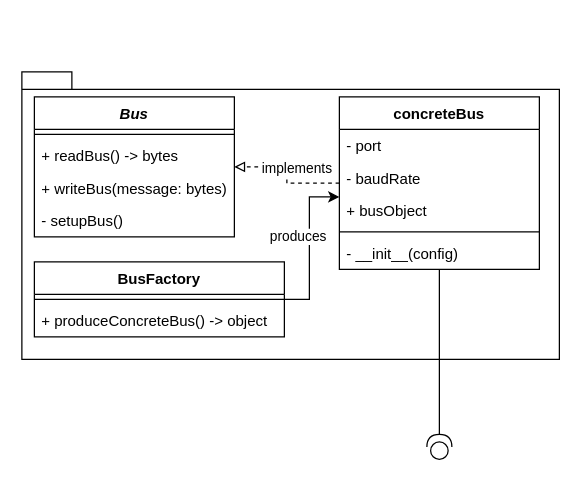
Earlier version of the draw.io diagram BusTransactions/Buses/Architecture/Buses.drawio (Uhgtred/Car_Infotainment_System). Source tidied: cells renumbered, new cells numbered last; positions are measured from the earlier drawing's top-left corner, leaving out a move shared by most shapes. Both pictures are drawn from the tidied source at 125%, with x=0, y=0 at pixel (21, 71).
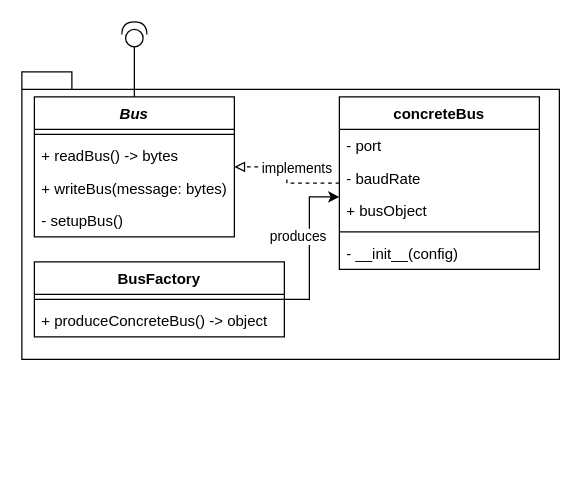
Above is the later version.

Unchanged cells that the change refers to:
```xml
<mxCell id="3" value="Bus" style="swimlane;fontStyle=3;align=center;verticalAlign=top;horizontal=1;startSize=26;" parent="1" vertex="1">
  <mxGeometry x="10" y="20" width="160" height="112" as="geometry" />
</mxCell>
<mxCell id="10" value="concreteBus" style="swimlane;fontStyle=1;align=center;verticalAlign=top;horizontal=1;startSize=26;" parent="1" vertex="1">
  <mxGeometry x="254" y="20" width="160" height="138" as="geometry" />
</mxCell>
```

Diff of the diagram source:
```diff
@@
+    <mxCell id="23" style="edgeStyle=orthogonalEdgeStyle;rounded=0;jettySize=auto;html=1;entryX=0;entryY=0.5;entryDx=0;entryDy=0;entryPerimeter=0;endArrow=none;endFill=0;" parent="1" edge="1" source="3" target="17">
+      <mxGeometry relative="1" as="geometry" />
+    </mxCell>
@@
-    <mxCell id="16" style="edgeStyle=orthogonalEdgeStyle;rounded=0;jettySize=auto;html=1;endArrow=none;endFill=0;startArrow=none;" parent="1" edge="1" source="17" target="10">
-      <mxGeometry relative="1" as="geometry" />
-    </mxCell>
     <mxCell id="17" style="shape=providedRequiredInterface;html=1;verticalLabelPosition=bottom;sketch=0;rotation=-90;" parent="1" vertex="1">
-      <mxGeometry x="324" y="290" width="20" height="20" as="geometry" />
+      <mxGeometry x="80" y="-40" width="20" height="20" as="geometry" />
     </mxCell>
```
